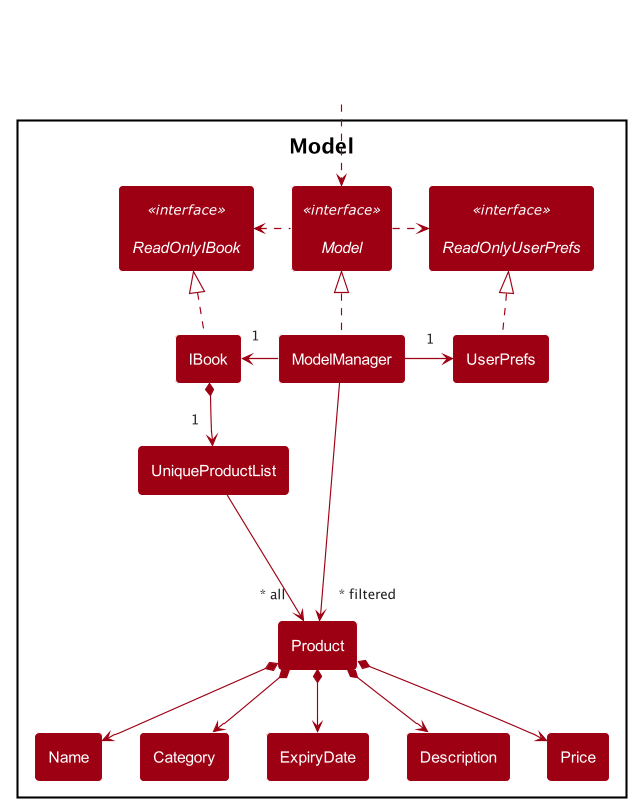
Before: docs/images/ModelClassDiagram.png, a diagram exported from PlantUML (nus-cs2103-AY2122S2/tp).
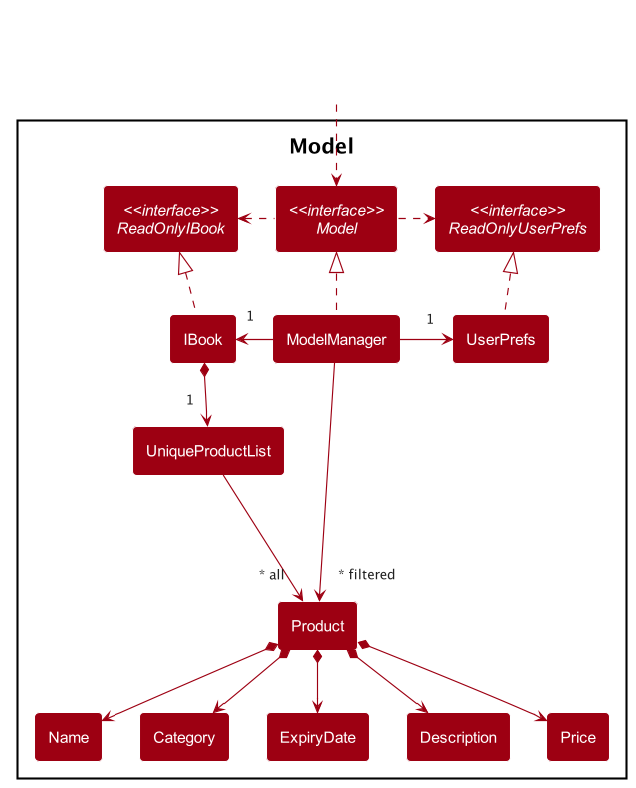
After the commit.

Commit message:
Update Model class diagram

Diff of the diagram source:
```diff
@@ -13,9 +13,9 @@
 skinparam arrowFontSize 13
 
 Package Model {
-interface ReadOnlyIBook <<interface>>
-interface Model <<interface>>
-interface ReadOnlyUserPrefs <<interface>>
+interface "<<interface>>\nReadOnlyIBook" as ReadOnlyIBook
+interface "<<interface>>\nModel" as Model
+interface "<<interface>>\nReadOnlyUserPrefs" as ReadOnlyUserPrefs
 
 class IBook
 class ModelManager
```
